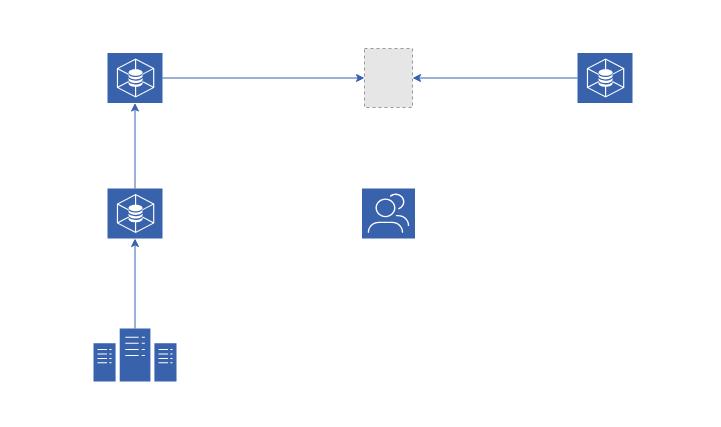
Above: Untitled Diagram.drawio in KoenZhang/image (draw.io), before the change. Source tidied: cells renumbered, new cells numbered last; positions are measured from the earlier drawing's top-left corner, leaving out a move shared by most shapes. Both pictures are drawn from the tidied source at 100%, with x=0, y=0 at pixel (93, 48). Pictures stored in the file or linked from it are replaced by grey dashed boxes.
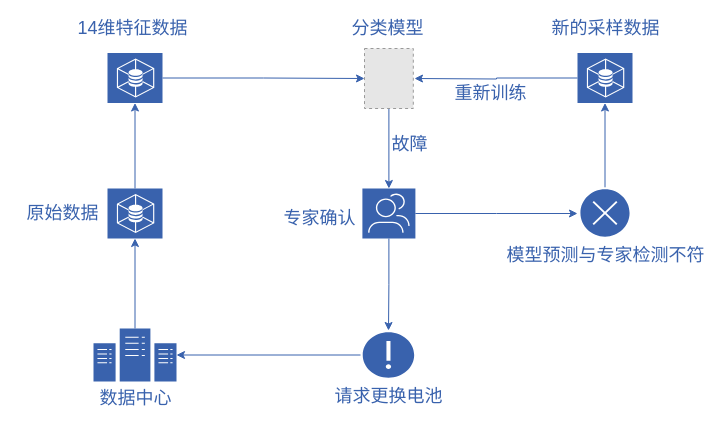
Above is the later version.

Change to the diagram source:
```diff
@@
-    <mxCell id="3" style="shadow=0;dashed=0;html=1;strokeColor=none;labelPosition=center;verticalLabelPosition=bottom;verticalAlign=top;align=center;outlineConnect=0;shape=mxgraph.veeam2.datacenter;fillColor=#3962AD;" parent="1" vertex="1">
+    <mxCell id="3" value="&lt;font style=&quot;font-size: 18px&quot; color=&quot;#3962ad&quot;&gt;数据中心&lt;/font&gt;" style="shadow=0;dashed=0;html=1;strokeColor=none;labelPosition=center;verticalLabelPosition=bottom;verticalAlign=top;align=center;outlineConnect=0;shape=mxgraph.veeam2.datacenter;fillColor=#3962AD;" parent="1" vertex="1">
       <mxGeometry y="280" width="83" height="53" as="geometry" />
     </mxCell>
@@
+    <mxCell id="12" style="edgeStyle=orthogonalEdgeStyle;rounded=0;jettySize=auto;html=1;strokeColor=#3962AD;fontColor=#3962AD;" parent="1" edge="1" source="6" target="11">
+      <mxGeometry relative="1" as="geometry" />
+    </mxCell>
     <mxCell id="6" style="fillColor=#E6E6E6;strokeColor=#999999;dashed=1;verticalLabelPosition=bottom;labelBackgroundColor=#ffffff;verticalAlign=top;" parent="1" vertex="1">
-      <mxGeometry x="271" width="48" height="59" as="geometry" />
+      <mxGeometry x="271" width="48.8" height="60" as="geometry" />
     </mxCell>
@@
-    <mxCell id="9" style="edgeStyle=orthogonalEdgeStyle;rounded=0;jettySize=auto;html=1;strokeColor=#3962AD;entryX=1;entryY=0.5;entryDx=0;entryDy=0;" parent="1" edge="1" source="10" target="6">
-      <mxGeometry relative="1" as="geometry" />
-    </mxCell>
+    <mxCell id="13" style="edgeStyle=orthogonalEdgeStyle;rounded=0;jettySize=auto;html=1;strokeColor=#3962AD;fontColor=#3962AD;" parent="1" edge="1" source="10">
+      <mxGeometry relative="1" as="geometry">
+        <mxPoint x="321" y="30" as="targetPoint" />
+      </mxGeometry>
+    </mxCell>
-    <mxCell id="10" style="shadow=0;dashed=0;html=1;strokeColor=none;labelPosition=center;verticalLabelPosition=bottom;verticalAlign=top;align=center;outlineConnect=0;shape=mxgraph.veeam2.vmware_vsan;fillColor=#3962AD;" parent="1" vertex="1">
+    <mxCell id="10" style="shadow=0;dashed=0;html=1;strokeColor=none;labelPosition=center;verticalLabelPosition=bottom;verticalAlign=top;align=center;outlineConnect=0;shape=mxgraph.veeam2.vmware_vsan;fillColor=#3962AD;sketch=0;" parent="1" vertex="1">
       <mxGeometry x="484" y="4.5" width="55" height="50" as="geometry" />
     </mxCell>
+    <mxCell id="14" style="edgeStyle=orthogonalEdgeStyle;rounded=0;jettySize=auto;html=1;strokeColor=#3962AD;fontColor=#3962AD;" parent="1" edge="1" source="11" target="17">
+      <mxGeometry relative="1" as="geometry" />
+    </mxCell>
+    <mxCell id="15" style="edgeStyle=orthogonalEdgeStyle;rounded=0;jettySize=auto;html=1;strokeColor=#3962AD;fontColor=#3962AD;" parent="1" edge="1" source="11">
+      <mxGeometry relative="1" as="geometry">
+        <mxPoint x="484" y="165" as="targetPoint" />
+      </mxGeometry>
+    </mxCell>
-    <mxCell id="11" style="shadow=0;dashed=0;html=1;strokeColor=none;labelPosition=center;verticalLabelPosition=bottom;verticalAlign=top;align=center;outlineConnect=0;shape=mxgraph.veeam2.user_group;fontColor=#3962AD;fillColor=#3962AD;" parent="1" vertex="1">
-      <mxGeometry x="268.5" y="140" width="53" height="50" as="geometry" />
+    <mxCell id="11" style="shadow=0;dashed=0;html=1;strokeColor=none;labelPosition=center;verticalLabelPosition=bottom;verticalAlign=top;align=center;outlineConnect=0;shape=mxgraph.veeam2.user_group;fontColor=#3962AD;fillColor=#3962AD;sketch=0;" parent="1" vertex="1">
+      <mxGeometry x="268.9" y="140" width="53" height="50" as="geometry" />
     </mxCell>
+    <mxCell id="16" style="edgeStyle=orthogonalEdgeStyle;rounded=0;jettySize=auto;html=1;strokeColor=#3962AD;fontColor=#3962AD;" parent="1" edge="1" source="17" target="3">
+      <mxGeometry relative="1" as="geometry" />
+    </mxCell>
+    <mxCell id="17" value="&lt;font style=&quot;font-size: 18px&quot;&gt;请求更换电池&lt;/font&gt;" style="shadow=0;dashed=0;html=1;strokeColor=none;labelPosition=center;verticalLabelPosition=bottom;verticalAlign=top;align=center;outlineConnect=0;shape=mxgraph.veeam2.critical;fontColor=#3962AD;fillColor=#3962AD;sketch=0;" parent="1" vertex="1">
+      <mxGeometry x="267.2" y="282" width="55.5" height="49" as="geometry" />
+    </mxCell>
+    <mxCell id="18" style="edgeStyle=orthogonalEdgeStyle;rounded=0;jettySize=auto;html=1;strokeColor=#3962AD;fontColor=#3962AD;" parent="1" edge="1" source="19" target="10">
+      <mxGeometry relative="1" as="geometry" />
+    </mxCell>
+    <mxCell id="19" value="&lt;font style=&quot;font-size: 18px&quot;&gt;模型预测与专家检测不符&lt;/font&gt;" style="shadow=0;dashed=0;html=1;strokeColor=none;labelPosition=center;verticalLabelPosition=bottom;verticalAlign=top;align=center;outlineConnect=0;shape=mxgraph.veeam2.failed;fontColor=#3962AD;fillColor=#3962AD;" parent="1" vertex="1">
+      <mxGeometry x="485" y="139" width="53" height="51" as="geometry" />
+    </mxCell>
+    <mxCell id="20" value="&lt;font style=&quot;font-size: 18px&quot;&gt;专家确认&lt;/font&gt;" style="text;html=1;align=center;verticalAlign=middle;fillColor=none;strokeColor=none;rounded=0;shadow=0;sketch=0;fontColor=#3962AD;" parent="1" vertex="1">
+      <mxGeometry x="181" y="160" width="90" height="20" as="geometry" />
+    </mxCell>
+    <mxCell id="21" value="&lt;font style=&quot;font-size: 18px&quot;&gt;原始数据&lt;/font&gt;" style="text;html=1;align=center;verticalAlign=middle;fillColor=none;strokeColor=none;rounded=0;shadow=0;sketch=0;fontColor=#3962AD;" parent="1" vertex="1">
+      <mxGeometry x="-76" y="155" width="90" height="20" as="geometry" />
+    </mxCell>
+    <mxCell id="22" value="&lt;font style=&quot;font-size: 18px&quot;&gt;14维特征数据&lt;/font&gt;" style="text;html=1;align=center;verticalAlign=middle;fillColor=none;strokeColor=none;rounded=0;shadow=0;sketch=0;fontColor=#3962AD;" parent="1" vertex="1">
+      <mxGeometry x="-21" y="-30" width="120" height="20" as="geometry" />
+    </mxCell>
+    <mxCell id="23" value="&lt;font style=&quot;font-size: 18px&quot;&gt;分类模型&lt;/font&gt;" style="text;html=1;align=center;verticalAlign=middle;fillColor=none;strokeColor=none;rounded=0;shadow=0;sketch=0;fontColor=#3962AD;" parent="1" vertex="1">
+      <mxGeometry x="249" y="-30" width="90" height="20" as="geometry" />
+    </mxCell>
+    <mxCell id="24" value="&lt;font style=&quot;font-size: 18px&quot;&gt;新的采样数据&lt;/font&gt;" style="text;html=1;align=center;verticalAlign=middle;fillColor=none;strokeColor=none;rounded=0;shadow=0;sketch=0;fontColor=#3962AD;" parent="1" vertex="1">
+      <mxGeometry x="451.5" y="-30" width="120" height="20" as="geometry" />
+    </mxCell>
+    <mxCell id="25" value="&lt;font style=&quot;font-size: 18px&quot;&gt;重新训练&lt;/font&gt;" style="text;html=1;align=center;verticalAlign=middle;fillColor=none;strokeColor=none;rounded=0;shadow=0;sketch=0;fontColor=#3962AD;" parent="1" vertex="1">
+      <mxGeometry x="356" y="34.5" width="82" height="20" as="geometry" />
+    </mxCell>
+    <mxCell id="26" value="&lt;font style=&quot;font-size: 18px&quot;&gt;故障&lt;/font&gt;" style="text;html=1;align=center;verticalAlign=middle;fillColor=none;strokeColor=none;rounded=0;shadow=0;sketch=0;fontColor=#3962AD;" parent="1" vertex="1">
+      <mxGeometry x="293" y="86" width="46" height="20" as="geometry" />
+    </mxCell>
```
